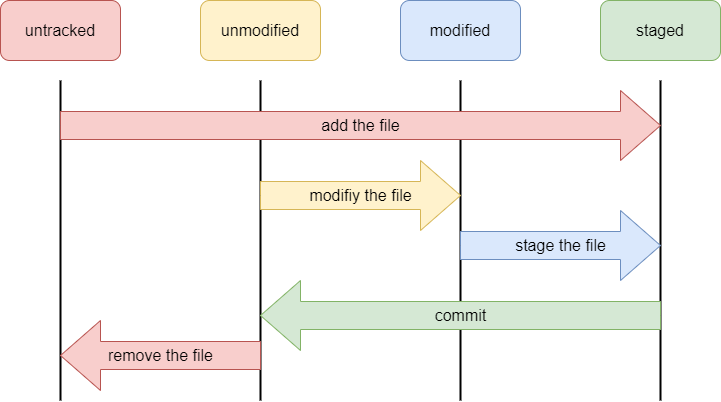
Before: git文件的生命周期.png, a diagram exported from draw.io (clay-wangzhi/draw). Source tidied: cells renumbered, new cells last; positions are measured from the earlier drawing's top-left corner, leaving out a move shared by most shapes.
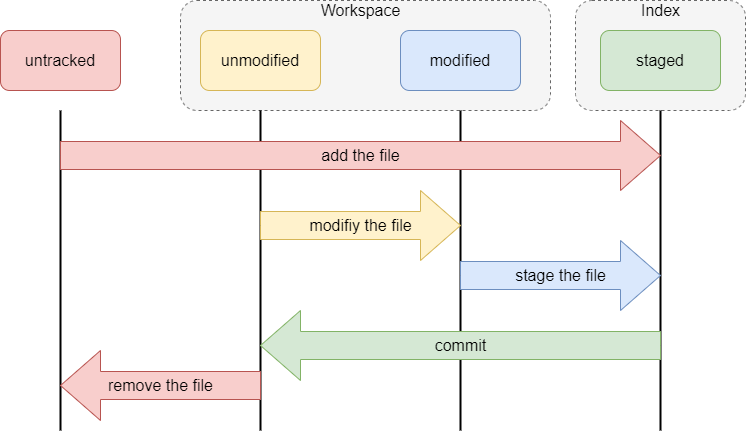
The same diagram one commit later.

Commit message:
更新git文件的生命周期.png

The edit, as a diff of the source:
```diff
@@ -2,6 +2,12 @@
   <root>
     <mxCell id="0" />
     <mxCell id="1" parent="0" />
+    <mxCell id="15" style="rounded=1;whiteSpace=wrap;html=1;fontSize=16;dashed=1;fillColor=#f5f5f5;strokeColor=#666666;fontColor=#333333;" parent="1" vertex="1">
+      <mxGeometry x="575" y="-30" width="170" height="110" as="geometry" />
+    </mxCell>
+    <mxCell id="16" style="rounded=1;whiteSpace=wrap;html=1;fontSize=16;dashed=1;fillColor=#f5f5f5;strokeColor=#666666;fontColor=#333333;" parent="1" vertex="1">
+      <mxGeometry x="180" y="-30" width="370" height="110" as="geometry" />
+    </mxCell>
     <mxCell id="2" value="untracked" style="rounded=1;whiteSpace=wrap;html=1;fontSize=16;fillColor=#f8cecc;strokeColor=#b85450;" parent="1" vertex="1">
       <mxGeometry width="120" height="60" as="geometry" />
     </mxCell>
@@ -41,5 +47,11 @@
     <mxCell id="14" value="remove the file" style="html=1;shadow=0;dashed=0;align=center;verticalAlign=middle;shape=mxgraph.arrows2.arrow;dy=0.6;dx=40;flipH=1;notch=0;rounded=1;strokeColor=#b85450;fillColor=#f8cecc;fontSize=16;" parent="1" vertex="1">
       <mxGeometry x="60" y="320" width="200" height="70" as="geometry" />
     </mxCell>
+    <mxCell id="17" value="Workspace" style="text;html=1;align=center;verticalAlign=middle;fontSize=16;" parent="1" vertex="1">
+      <mxGeometry x="310" y="-30" width="100" height="20" as="geometry" />
+    </mxCell>
+    <mxCell id="18" value="Index" style="text;html=1;align=center;verticalAlign=middle;fontSize=16;" parent="1" vertex="1">
+      <mxGeometry x="635" y="-30" width="50" height="20" as="geometry" />
+    </mxCell>
   </root>
 </mxGraphModel>
```
